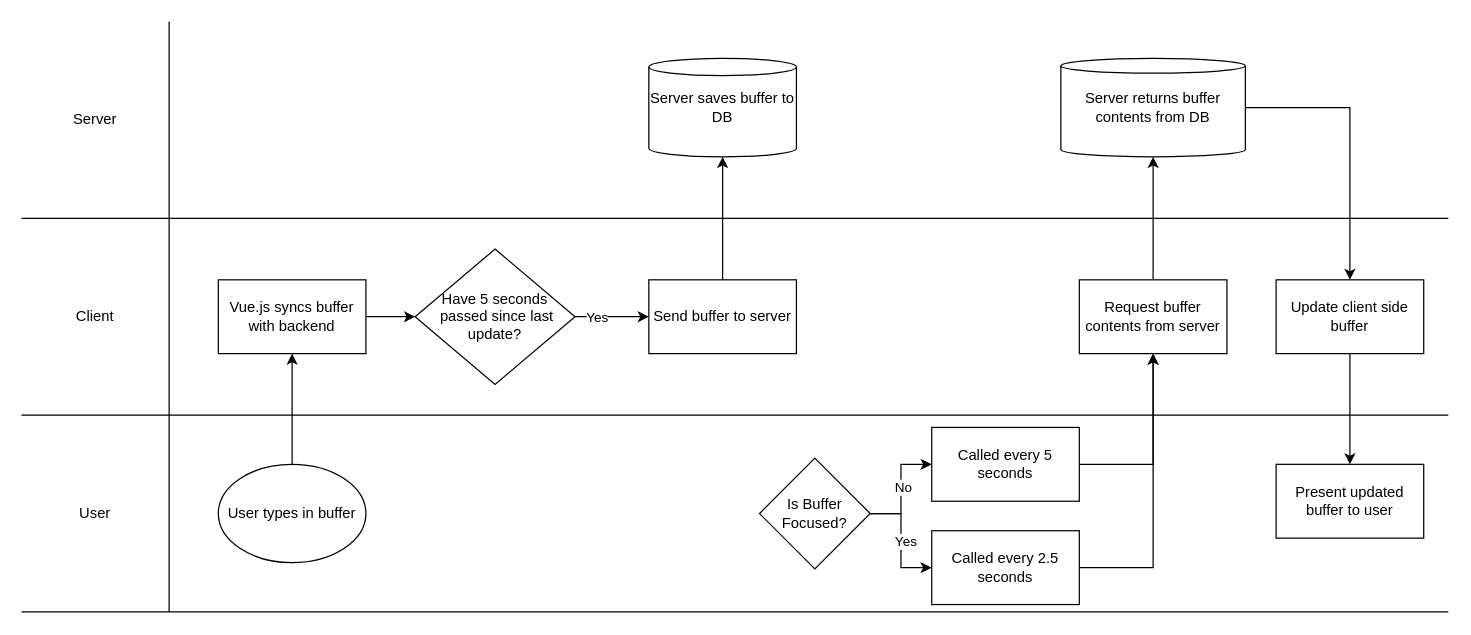
Earlier version of the draw.io diagram page "Editing" (5 of 10) of CoGrammer.drawio (107zxz/co-grammer). Source tidied: cells renumbered, new cells numbered last; positions are measured from the earlier drawing's top-left corner, leaving out a move shared by most shapes. Both pictures are drawn from the tidied source at 123%, with x=0, y=0 at pixel (21, 21).
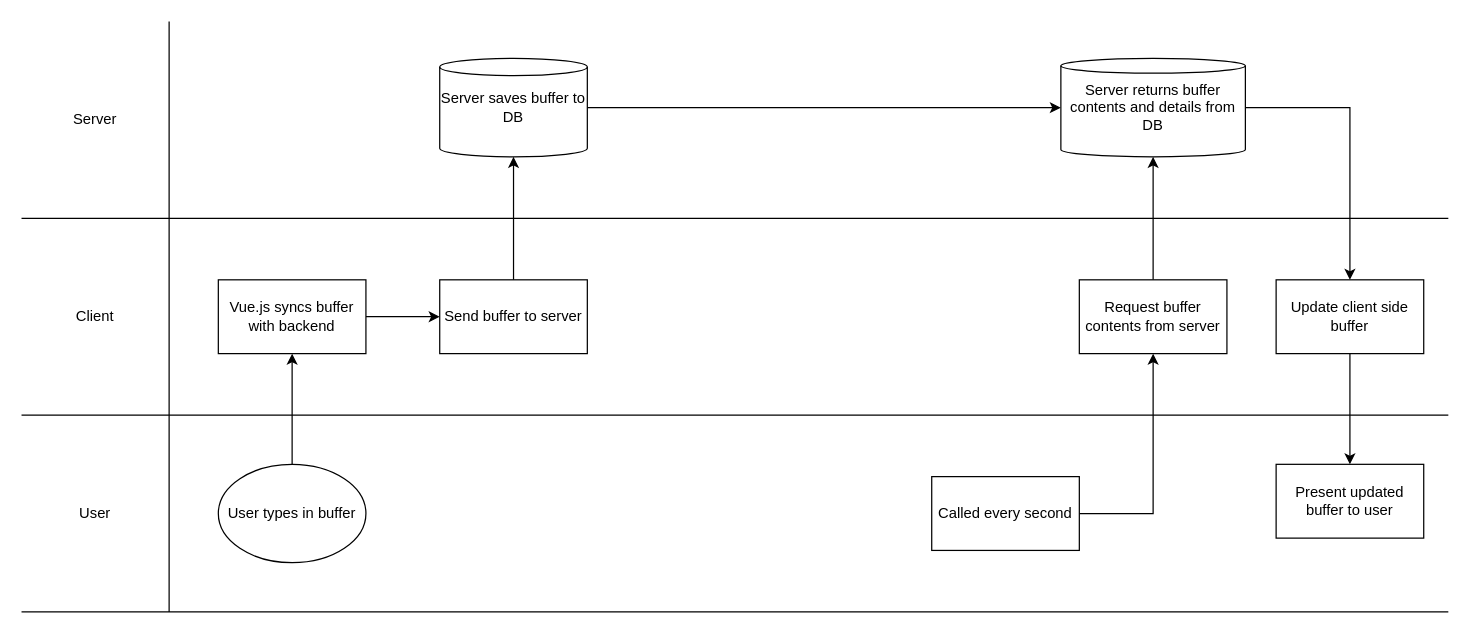
After the change.

Unchanged cells that the change refers to:
```xml
<mxCell id="12" value="Vue.js syncs buffer with backend" style="rounded=0;whiteSpace=wrap;html=1;" parent="1" vertex="1">
  <mxGeometry x="160" y="210" width="120" height="60" as="geometry" />
</mxCell>
<mxCell id="29" value="Request buffer contents from server" style="rounded=0;whiteSpace=wrap;html=1;" parent="1" vertex="1">
  <mxGeometry x="860" y="210" width="120" height="60" as="geometry" />
</mxCell>
```

What changed in the source:
```diff
@@
-    <mxCell id="11" style="edgeStyle=orthogonalEdgeStyle;rounded=0;jettySize=auto;html=1;exitX=1;exitY=0.5;exitDx=0;exitDy=0;entryX=0;entryY=0.5;entryDx=0;entryDy=0;" parent="1" edge="1" source="12" target="15">
+    <mxCell id="11" style="edgeStyle=orthogonalEdgeStyle;rounded=0;jettySize=auto;html=1;exitX=1;exitY=0.5;exitDx=0;exitDy=0;entryX=0;entryY=0.5;entryDx=0;entryDy=0;" parent="1" edge="1" source="12" target="17">
       <mxGeometry relative="1" as="geometry" />
     </mxCell>
@@
-    <mxCell id="13" style="edgeStyle=orthogonalEdgeStyle;rounded=0;jettySize=auto;html=1;exitX=1;exitY=0.5;exitDx=0;exitDy=0;entryX=0;entryY=0.5;entryDx=0;entryDy=0;" parent="1" edge="1" source="15" target="17">
-      <mxGeometry relative="1" as="geometry" />
-    </mxCell>
-    <mxCell id="14" value="Yes" style="edgeLabel;html=1;align=center;verticalAlign=middle;" parent="13" vertex="1">
-      <mxGeometry x="-0.43" relative="1" as="geometry" />
-    </mxCell>
-    <mxCell id="15" value="Have 5 seconds&lt;br&gt;&amp;nbsp;passed since last update?" style="rhombus;whiteSpace=wrap;html=1;" parent="1" vertex="1">
-      <mxGeometry x="320" y="185" width="130" height="110" as="geometry" />
-    </mxCell>
@@
     <mxCell id="17" value="Send buffer to server" style="rounded=0;whiteSpace=wrap;html=1;" parent="1" vertex="1">
-      <mxGeometry x="510" y="210" width="120" height="60" as="geometry" />
+      <mxGeometry x="340" y="210" width="120" height="60" as="geometry" />
     </mxCell>
+    <mxCell id="35" style="edgeStyle=orthogonalEdgeStyle;rounded=0;jettySize=auto;html=1;" parent="1" edge="1" source="18" target="31">
+      <mxGeometry relative="1" as="geometry" />
+    </mxCell>
     <mxCell id="18" value="Server saves buffer to DB" style="shape=cylinder2;whiteSpace=wrap;html=1;boundedLbl=1;backgroundOutline=1;size=7;" parent="1" vertex="1">
-      <mxGeometry x="510" y="30" width="120" height="80" as="geometry" />
+      <mxGeometry x="340" y="30" width="120" height="80" as="geometry" />
     </mxCell>
-    <mxCell id="19" style="edgeStyle=orthogonalEdgeStyle;rounded=0;jettySize=auto;html=1;" parent="1" edge="1" source="23" target="27">
-      <mxGeometry relative="1" as="geometry" />
-    </mxCell>
-    <mxCell id="20" value="No" style="edgeLabel;html=1;align=center;verticalAlign=middle;" parent="19" vertex="1">
-      <mxGeometry x="0.04" y="-1" relative="1" as="geometry" />
-    </mxCell>
-    <mxCell id="21" style="edgeStyle=orthogonalEdgeStyle;rounded=0;jettySize=auto;html=1;" parent="1" edge="1" source="23" target="25">
-      <mxGeometry relative="1" as="geometry" />
-    </mxCell>
-    <mxCell id="22" value="Yes" style="edgeLabel;html=1;align=center;verticalAlign=middle;" parent="21" vertex="1">
-      <mxGeometry y="3" relative="1" as="geometry" />
-    </mxCell>
-    <mxCell id="23" value="Is Buffer Focused?" style="rhombus;whiteSpace=wrap;html=1;" parent="1" vertex="1">
-      <mxGeometry x="600" y="355" width="90" height="90" as="geometry" />
-    </mxCell>
     <mxCell id="24" style="edgeStyle=orthogonalEdgeStyle;rounded=0;jettySize=auto;html=1;entryX=0.5;entryY=1;entryDx=0;entryDy=0;" parent="1" edge="1" source="25" target="29">
       <mxGeometry relative="1" as="geometry">
         <Array as="points">
-          <mxPoint x="920" y="444" />
+          <mxPoint x="920" y="400" />
         </Array>
       </mxGeometry>
     </mxCell>
-    <mxCell id="25" value="Called every 2.5 seconds" style="rounded=0;whiteSpace=wrap;html=1;" parent="1" vertex="1">
-      <mxGeometry x="740" y="414" width="120" height="60" as="geometry" />
+    <mxCell id="25" value="Called every second" style="rounded=0;whiteSpace=wrap;html=1;" parent="1" vertex="1">
+      <mxGeometry x="740" y="370" width="120" height="60" as="geometry" />
     </mxCell>
-    <mxCell id="26" style="edgeStyle=orthogonalEdgeStyle;rounded=0;jettySize=auto;html=1;" parent="1" edge="1" source="27" target="29">
-      <mxGeometry relative="1" as="geometry">
-        <Array as="points">
-          <mxPoint x="920" y="360" />
-        </Array>
-      </mxGeometry>
-    </mxCell>
-    <mxCell id="27" value="Called every 5 seconds" style="rounded=0;whiteSpace=wrap;html=1;" parent="1" vertex="1">
-      <mxGeometry x="740" y="330" width="120" height="60" as="geometry" />
-    </mxCell>
@@
-    <mxCell id="31" value="Server returns buffer contents from DB" style="shape=cylinder2;whiteSpace=wrap;html=1;boundedLbl=1;backgroundOutline=1;size=6;" parent="1" vertex="1">
+    <mxCell id="31" value="Server returns buffer contents and details from DB" style="shape=cylinder2;whiteSpace=wrap;html=1;boundedLbl=1;backgroundOutline=1;size=6;" parent="1" vertex="1">
       <mxGeometry x="845" y="30" width="150" height="80" as="geometry" />
     </mxCell>
```
